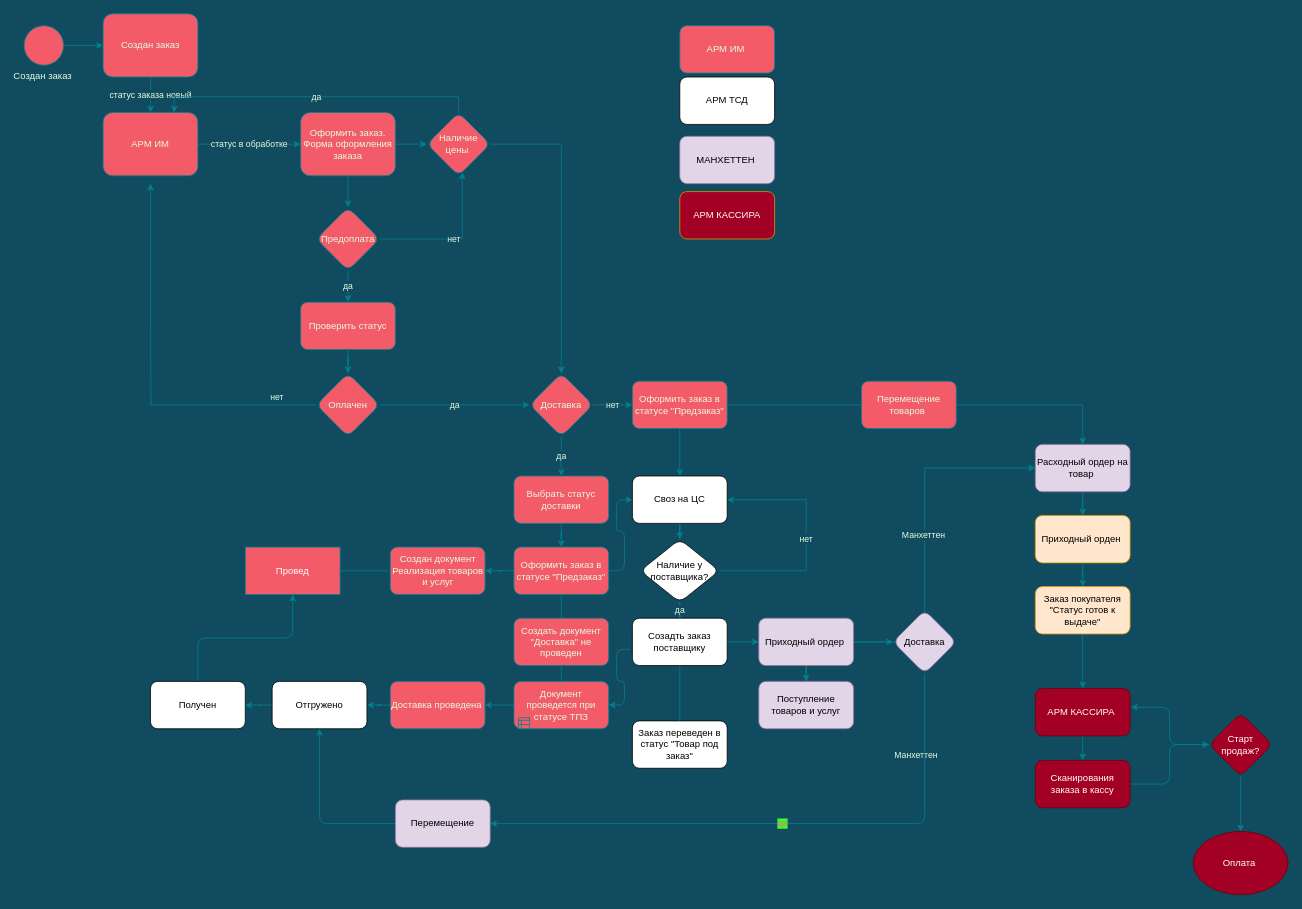
Earlier version of the draw.io diagram page "Страница 1" (1 of 2) of Бизнес процесс 2.0.drawio (gleb-ehorich/gleb-ehorich). Source tidied: cells renumbered, new cells numbered last; positions are measured from the earlier drawing's top-left corner, leaving out a move shared by most shapes. Both pictures are drawn from the tidied source at 79%, with x=0, y=0 at pixel (24, 13).
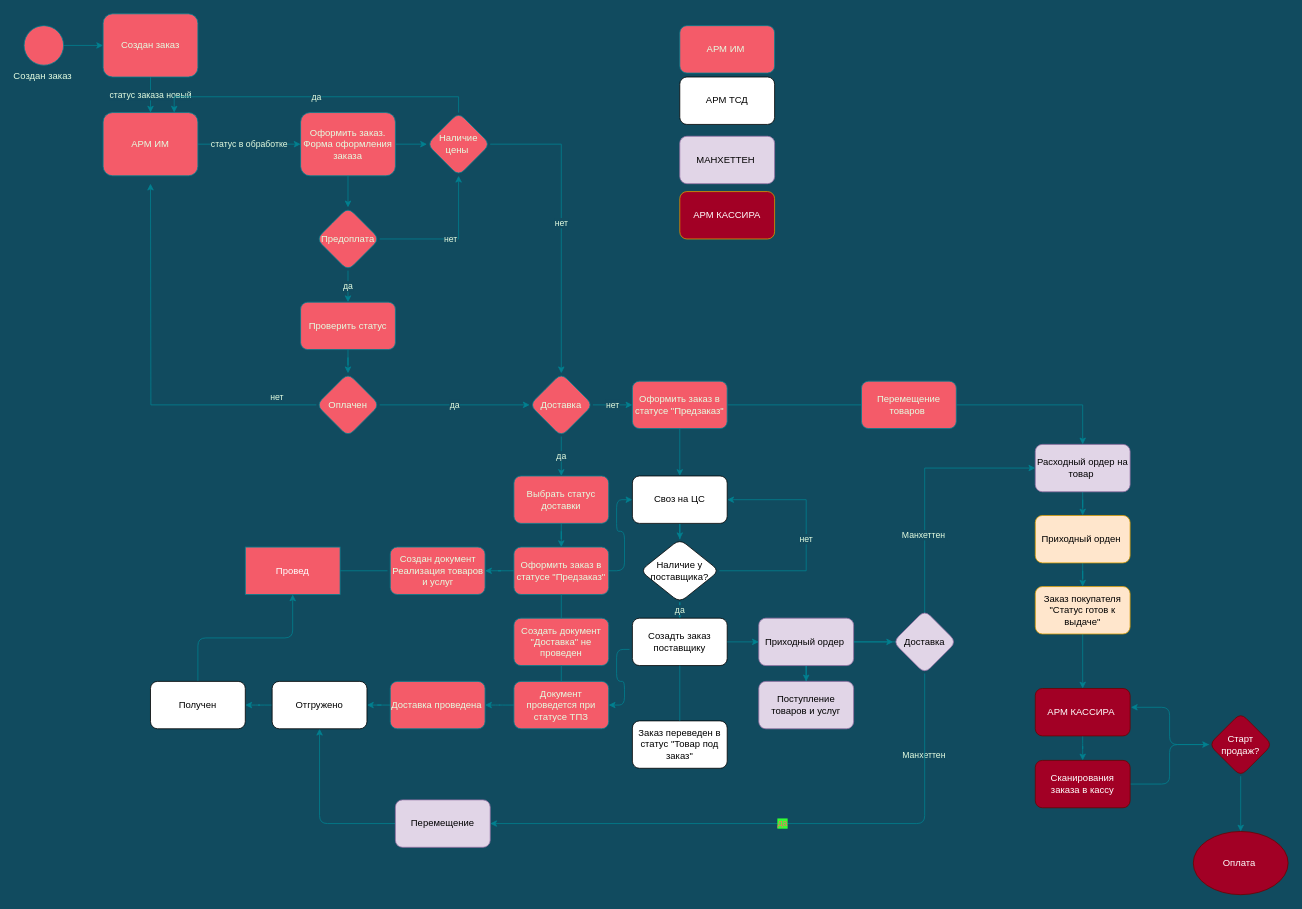
Above is the later version.

The change refers to these unchanged cells:
```xml
<mxCell id="13" value="Наличие цены&amp;nbsp;" style="rhombus;whiteSpace=wrap;html=1;rounded=1;labelBorderColor=none;fillColor=#F45B69;strokeColor=#028090;fontColor=#E4FDE1;" parent="1" vertex="1">
  <mxGeometry x="510" y="125" width="80" height="80" as="geometry" />
</mxCell>
<mxCell id="16" value="Предоплата" style="rhombus;whiteSpace=wrap;html=1;rounded=1;labelBorderColor=none;fillColor=#F45B69;strokeColor=#028090;fontColor=#E4FDE1;" parent="1" vertex="1">
  <mxGeometry x="370" y="245" width="80" height="80" as="geometry" />
</mxCell>
<mxCell id="25" value="Доставка" style="rhombus;whiteSpace=wrap;html=1;rounded=1;labelBorderColor=none;fillColor=#F45B69;strokeColor=#028090;fontColor=#E4FDE1;" parent="1" vertex="1">
  <mxGeometry x="640" y="455" width="80" height="80" as="geometry" />
</mxCell>
```

Diff of the diagram source:
```diff
@@
-    <mxCell id="11" style="edgeStyle=orthogonalEdgeStyle;rounded=0;jettySize=auto;html=1;labelBorderColor=none;strokeColor=#028090;fontColor=#E4FDE1;labelBackgroundColor=#114B5F;" parent="1" edge="1" source="13" target="25">
+    <mxCell id="11" value="нет" style="edgeStyle=orthogonalEdgeStyle;rounded=0;jettySize=auto;html=1;labelBorderColor=none;strokeColor=#028090;fontColor=#E4FDE1;labelBackgroundColor=#114B5F;" parent="1" edge="1" source="13" target="25">
       <mxGeometry relative="1" as="geometry" />
     </mxCell>
@@
-    <mxCell id="15" value="нет" style="edgeStyle=orthogonalEdgeStyle;rounded=0;jettySize=auto;html=1;exitX=1;exitY=0.5;exitDx=0;exitDy=0;entryX=0.557;entryY=0.946;entryDx=0;entryDy=0;entryPerimeter=0;labelBorderColor=none;strokeColor=#028090;fontColor=#E4FDE1;labelBackgroundColor=#114B5F;" parent="1" edge="1" source="16" target="13">
+    <mxCell id="15" value="нет" style="edgeStyle=orthogonalEdgeStyle;rounded=0;jettySize=auto;html=1;exitX=1;exitY=0.5;exitDx=0;exitDy=0;labelBorderColor=none;strokeColor=#028090;fontColor=#E4FDE1;labelBackgroundColor=#114B5F;" parent="1" edge="1" source="16" target="13">
       <mxGeometry relative="1" as="geometry" />
     </mxCell>
@@
-    <mxCell id="34" style="shape=mxgraph.bpmn.business_rule_task;html=1;strokeColor=#028090;strokeWidth=1;fillColor=#F45B69;labelBorderColor=none;fontColor=#E4FDE1;" parent="1" vertex="1">
-      <mxGeometry x="626" y="891" width="14" height="14" as="geometry" />
-    </mxCell>
@@
     <mxCell id="78" value="&lt;span style=&quot;color: rgb(228, 253, 225); font-family: helvetica; font-size: 11px; font-style: normal; font-weight: 400; letter-spacing: normal; text-align: center; text-indent: 0px; text-transform: none; word-spacing: 0px; background-color: rgb(17, 75, 95); display: inline; float: none;&quot;&gt;Манхеттен&amp;nbsp;&lt;/span&gt;" style="text;whiteSpace=wrap;html=1;fontColor=#FF6666;" parent="1" vertex="1">
-      <mxGeometry x="1100" y="925" width="80" height="30" as="geometry" />
+      <mxGeometry x="1110" y="925" width="80" height="30" as="geometry" />
     </mxCell>
```
